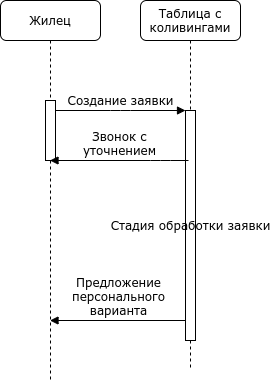
This is uml/seq_2.png from mikle9997/software-architecture-design, a draw.io export, as it was before one commit. Source tidied: cells renumbered, new cells last; positions are measured from the earlier drawing's top-left corner, leaving out a move shared by most shapes.
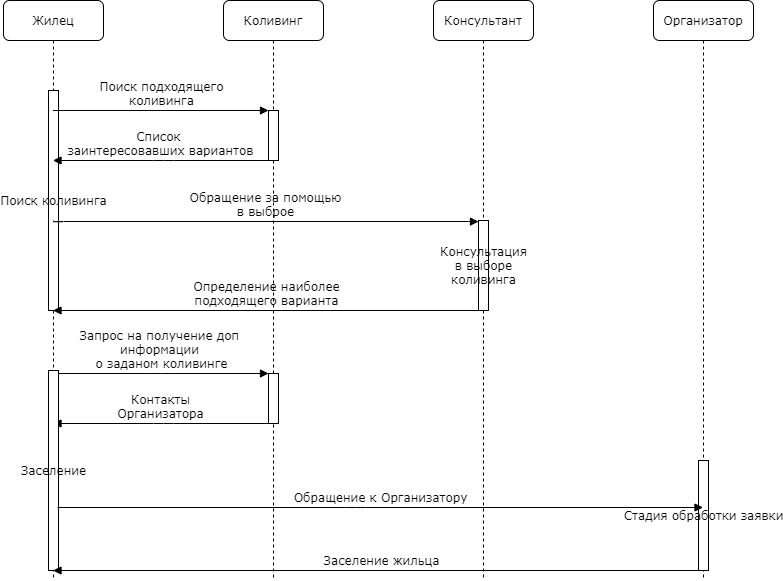
After the change.

The edit, as a diff of the source:
```diff
@@ -2,37 +2,83 @@
   <root>
     <mxCell id="0" />
     <mxCell id="1" parent="0" />
-    <mxCell id="2" value="Таблица с коливингами" style="shape=umlLifeline;perimeter=lifelinePerimeter;whiteSpace=wrap;html=1;rounded=1;shadow=0;comic=0;labelBackgroundColor=none;strokeWidth=1;fontFamily=Verdana;fontSize=12;align=center;" parent="1" vertex="1">
-      <mxGeometry x="140" width="100" height="370" as="geometry" />
+    <mxCell id="2" value="Коливинг" style="shape=umlLifeline;perimeter=lifelinePerimeter;whiteSpace=wrap;html=1;rounded=1;shadow=0;comic=0;labelBackgroundColor=none;strokeWidth=1;fontFamily=Verdana;fontSize=12;align=center;" parent="1" vertex="1">
+      <mxGeometry x="220" width="100" height="580" as="geometry" />
     </mxCell>
-    <mxCell id="3" value="Стадия обработки заявки" style="html=1;points=[];perimeter=orthogonalPerimeter;rounded=0;shadow=0;comic=0;labelBackgroundColor=none;strokeWidth=1;fontFamily=Verdana;fontSize=12;align=center;" parent="2" vertex="1">
-      <mxGeometry x="45" y="110" width="10" height="230" as="geometry" />
+    <mxCell id="3" style="html=1;points=[];perimeter=orthogonalPerimeter;rounded=0;shadow=0;comic=0;labelBackgroundColor=none;strokeWidth=1;fontFamily=Verdana;fontSize=12;align=center;" parent="2" vertex="1">
+      <mxGeometry x="45" y="110" width="10" height="50" as="geometry" />
     </mxCell>
+    <mxCell id="9" style="html=1;points=[];perimeter=orthogonalPerimeter;rounded=0;shadow=0;comic=0;labelBackgroundColor=none;strokeWidth=1;fontFamily=Verdana;fontSize=12;align=center;" parent="2" vertex="1">
+      <mxGeometry x="45" y="373" width="10" height="50" as="geometry" />
+    </mxCell>
+    <mxCell id="10" value="Запрос на получение доп &lt;br&gt;информации &lt;br&gt;о заданом коливинге" style="html=1;verticalAlign=bottom;endArrow=block;entryX=0;entryY=0;labelBackgroundColor=none;fontFamily=Verdana;fontSize=12;edgeStyle=elbowEdgeStyle;elbow=vertical;" parent="2" edge="1" target="9">
+      <mxGeometry relative="1" as="geometry">
+        <mxPoint x="-170.5" y="373" as="sourcePoint" />
+      </mxGeometry>
+    </mxCell>
+    <mxCell id="11" value="Контакты&lt;br&gt;Организатора" style="html=1;verticalAlign=bottom;endArrow=block;labelBackgroundColor=none;fontFamily=Verdana;fontSize=12;edgeStyle=elbowEdgeStyle;elbow=vertical;" parent="2" edge="1" source="9">
+      <mxGeometry relative="1" as="geometry">
+        <mxPoint x="-170.5" y="423" as="targetPoint" />
+        <Array as="points">
+          <mxPoint x="-60" y="423" />
+        </Array>
+      </mxGeometry>
+    </mxCell>
     <mxCell id="4" value="Жилец" style="shape=umlLifeline;perimeter=lifelinePerimeter;whiteSpace=wrap;html=1;outlineConnect=0;rounded=1;shadow=0;comic=0;labelBackgroundColor=none;strokeWidth=1;fontFamily=Verdana;fontSize=12;align=center;" parent="1" vertex="1">
-      <mxGeometry width="100" height="380" as="geometry" />
+      <mxGeometry width="100" height="580" as="geometry" />
     </mxCell>
-    <mxCell id="5" style="html=1;points=[];perimeter=orthogonalPerimeter;rounded=0;shadow=0;comic=0;labelBackgroundColor=none;strokeWidth=1;fontFamily=Verdana;fontSize=12;align=center;" parent="4" vertex="1">
-      <mxGeometry x="45" y="100" width="10" height="60" as="geometry" />
-    </mxCell>
+    <mxCell id="12" value="Поиск коливинга" style="html=1;perimeter=orthogonalPerimeter;rounded=0;shadow=0;comic=0;labelBackgroundColor=none;strokeWidth=1;fontFamily=Verdana;fontSize=12;align=center;" parent="4" vertex="1">
+      <mxGeometry x="45" y="90" width="10" height="220" as="geometry" />
+    </mxCell>
+    <mxCell id="13" value="Заселение" style="html=1;points=[];perimeter=orthogonalPerimeter;rounded=0;shadow=0;comic=0;labelBackgroundColor=none;strokeWidth=1;fontFamily=Verdana;fontSize=12;align=center;" parent="4" vertex="1">
+      <mxGeometry x="45" y="370" width="10" height="200" as="geometry" />
+    </mxCell>
-    <mxCell id="6" value="Создание заявки" style="html=1;verticalAlign=bottom;endArrow=block;entryX=0;entryY=0;labelBackgroundColor=none;fontFamily=Verdana;fontSize=12;edgeStyle=elbowEdgeStyle;elbow=vertical;" parent="1" edge="1" source="5" target="3">
+    <mxCell id="6" value="Поиск подходящего&lt;br&gt;коливинга" style="html=1;verticalAlign=bottom;endArrow=block;entryX=0;entryY=0;labelBackgroundColor=none;fontFamily=Verdana;fontSize=12;edgeStyle=elbowEdgeStyle;elbow=vertical;" parent="1" edge="1" source="4" target="3">
       <mxGeometry relative="1" as="geometry" />
     </mxCell>
-    <mxCell id="7" value="Звонок с&lt;br&gt;уточнением" style="html=1;verticalAlign=bottom;endArrow=block;labelBackgroundColor=none;fontFamily=Verdana;fontSize=12;edgeStyle=elbowEdgeStyle;elbow=vertical;" parent="1" edge="1" target="4">
+    <mxCell id="7" value="Список &lt;br&gt;заинтересовавших вариантов" style="html=1;verticalAlign=bottom;endArrow=block;labelBackgroundColor=none;fontFamily=Verdana;fontSize=12;edgeStyle=elbowEdgeStyle;elbow=vertical;" parent="1" edge="1" source="3" target="4">
       <mxGeometry relative="1" as="geometry">
-        <mxPoint x="188" y="160" as="sourcePoint" />
         <Array as="points">
           <mxPoint x="160" y="160" />
         </Array>
       </mxGeometry>
     </mxCell>
-    <mxCell id="8" value="Предложение&lt;br&gt;персонального&lt;br&gt;варианта" style="html=1;verticalAlign=bottom;endArrow=block;labelBackgroundColor=none;fontFamily=Verdana;fontSize=12;edgeStyle=elbowEdgeStyle;elbow=vertical;" parent="1" edge="1" target="4">
-      <mxGeometry relative="1" as="geometry">
-        <mxPoint x="185.5" y="320" as="sourcePoint" />
-        <Array as="points">
-          <mxPoint x="120.5" y="320" />
-          <mxPoint x="161" y="310" />
-        </Array>
-      </mxGeometry>
-    </mxCell>
+    <mxCell id="14" value="Консультант" style="shape=umlLifeline;perimeter=lifelinePerimeter;whiteSpace=wrap;html=1;rounded=1;shadow=0;comic=0;labelBackgroundColor=none;strokeWidth=1;fontFamily=Verdana;fontSize=12;align=center;" parent="1" vertex="1">
+      <mxGeometry x="430" width="100" height="580" as="geometry" />
+    </mxCell>
+    <mxCell id="15" value="Консультация&lt;br&gt;в выборе&lt;br&gt;коливинга" style="html=1;perimeter=orthogonalPerimeter;rounded=0;shadow=0;comic=0;labelBackgroundColor=none;strokeWidth=1;fontFamily=Verdana;fontSize=12;align=center;" parent="14" vertex="1">
+      <mxGeometry x="45" y="220" width="10" height="90" as="geometry" />
+    </mxCell>
+    <mxCell id="16" value="Организатор" style="shape=umlLifeline;perimeter=lifelinePerimeter;whiteSpace=wrap;html=1;outlineConnect=0;rounded=1;shadow=0;comic=0;labelBackgroundColor=none;strokeWidth=1;fontFamily=Verdana;fontSize=12;align=center;" parent="1" vertex="1">
+      <mxGeometry x="650" width="100" height="580" as="geometry" />
+    </mxCell>
+    <mxCell id="17" value="Стадия обработки заявки" style="html=1;perimeter=orthogonalPerimeter;rounded=0;shadow=0;comic=0;labelBackgroundColor=none;strokeWidth=1;fontFamily=Verdana;fontSize=12;align=center;" parent="16" vertex="1">
+      <mxGeometry x="45" y="460" width="10" height="110" as="geometry" />
+    </mxCell>
+    <mxCell id="18" value="Обращение за помощью&lt;br&gt;в выброе" style="html=1;verticalAlign=bottom;endArrow=block;labelBackgroundColor=none;fontFamily=Verdana;fontSize=12;edgeStyle=elbowEdgeStyle;elbow=vertical;entryX=0;entryY=0.483;entryDx=0;entryDy=0;entryPerimeter=0;" parent="1" edge="1">
+      <mxGeometry relative="1" as="geometry">
+        <mxPoint x="50" y="220" as="sourcePoint" />
+        <mxPoint x="475" y="221.1" as="targetPoint" />
+      </mxGeometry>
+    </mxCell>
+    <mxCell id="19" value="Определение наиболее&lt;br&gt;подходящего варианта" style="html=1;verticalAlign=bottom;endArrow=block;labelBackgroundColor=none;fontFamily=Verdana;fontSize=12;edgeStyle=elbowEdgeStyle;elbow=vertical;" parent="1" edge="1" target="4">
+      <mxGeometry relative="1" as="geometry">
+        <mxPoint x="475.5" y="310" as="sourcePoint" />
+        <Array as="points">
+          <mxPoint x="370.5" y="310" />
+        </Array>
+      </mxGeometry>
+    </mxCell>
+    <mxCell id="20" value="Обращение к Организатору" style="html=1;verticalAlign=bottom;endArrow=block;labelBackgroundColor=none;fontFamily=Verdana;fontSize=12;edgeStyle=elbowEdgeStyle;elbow=vertical;exitX=0.9;exitY=0.685;exitDx=0;exitDy=0;exitPerimeter=0;" parent="1" edge="1" source="13" target="16">
+      <mxGeometry relative="1" as="geometry" />
+    </mxCell>
+    <mxCell id="21" value="Заселение жильца" style="html=1;verticalAlign=bottom;endArrow=block;labelBackgroundColor=none;fontFamily=Verdana;fontSize=12;edgeStyle=elbowEdgeStyle;elbow=vertical;" parent="1" edge="1" target="4">
+      <mxGeometry relative="1" as="geometry">
+        <mxPoint x="705.5" y="570" as="sourcePoint" />
+        <Array as="points">
+          <mxPoint x="600.5" y="570" />
+        </Array>
+      </mxGeometry>
+    </mxCell>
   </root>
 </mxGraphModel>
```
